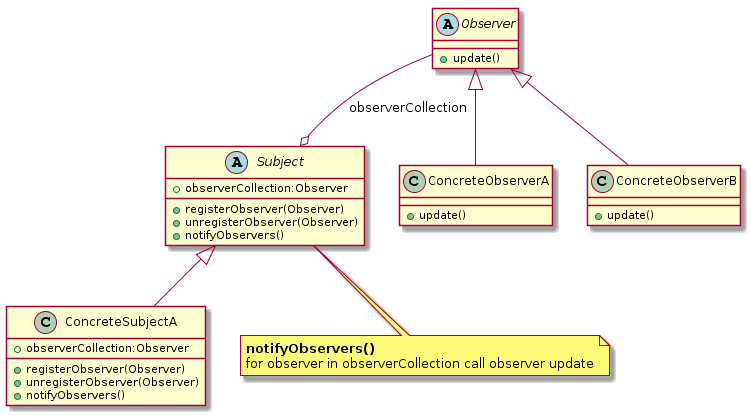
Before: blog/source/img/observer.png, a diagram exported from PlantUML (melodyfff/note). Source of this version:
```plantuml
@startuml
abstract class Subject{
    + observerCollection:Observer
    + registerObserver(Observer)
    + unregisterObserver(Observer)
    + notifyObservers()
}

class ConcreteSubjectA{
    + observerCollection:Observer
    + registerObserver(Observer)
    + unregisterObserver(Observer)
    + notifyObservers()
}

abstract class  Observer{
     + update()
}

class ConcreteObserverA{
     + update()
}

class ConcreteObserverB{
     + update()
}

Observer --o Subject:observerCollection
Observer <|-- ConcreteObserverA
Observer <|-- ConcreteObserverB
Subject <|-- ConcreteSubjectA

note bottom of Subject
  <b>notifyObservers()</b>
  for observer in observerCollection call observer update
end note
@enduml
```
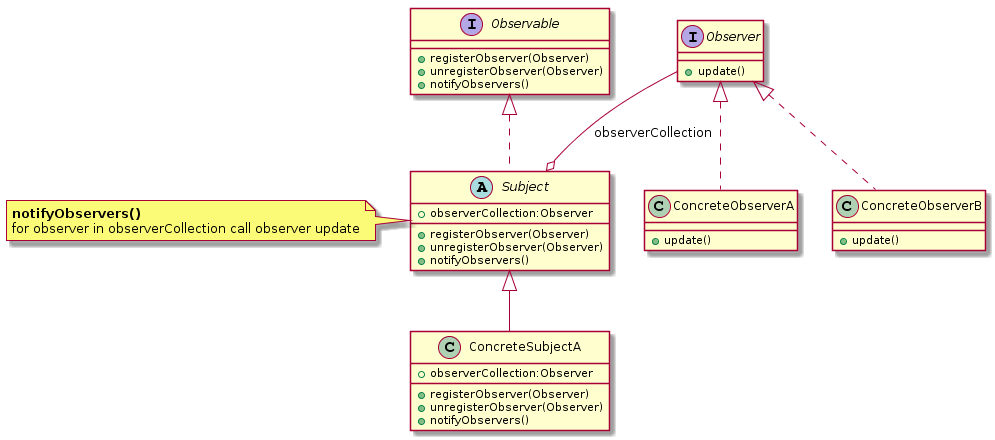
The same file after the commit.

Change to the diagram source:
```diff
@@ -1,4 +1,10 @@
 @startuml
+interface Observable{
+    + registerObserver(Observer)
+    + unregisterObserver(Observer)
+    + notifyObservers()
+}
+
 abstract class Subject{
     + observerCollection:Observer
     + registerObserver(Observer)
@@ -13,7 +19,7 @@
     + notifyObservers()
 }
 
-abstract class  Observer{
+interface  Observer{
      + update()
 }
 
@@ -24,13 +30,14 @@
 class ConcreteObserverB{
      + update()
 }
-
+Observable <|.. Subject
 Observer --o Subject:observerCollection
-Observer <|-- ConcreteObserverA
-Observer <|-- ConcreteObserverB
+Observer <|.. ConcreteObserverA
+Observer <|.. ConcreteObserverB
 Subject <|-- ConcreteSubjectA
 
-note bottom of Subject
+
+note left of Subject
   <b>notifyObservers()</b>
   for observer in observerCollection call observer update
 end note
```
